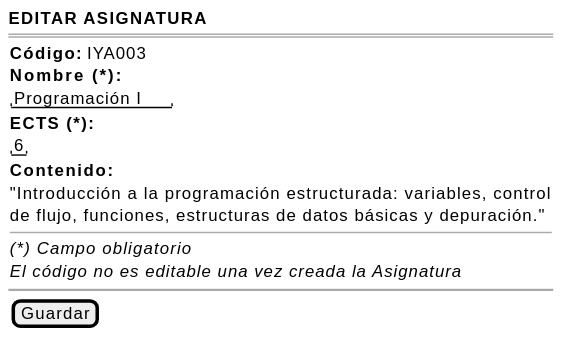
Before: images/RUP/01-requisitos/03-detalle-casos-uso/editarAsignatura/wireframe.svg, a diagram exported from PlantUML (mmasias/pyCeldaPublico).
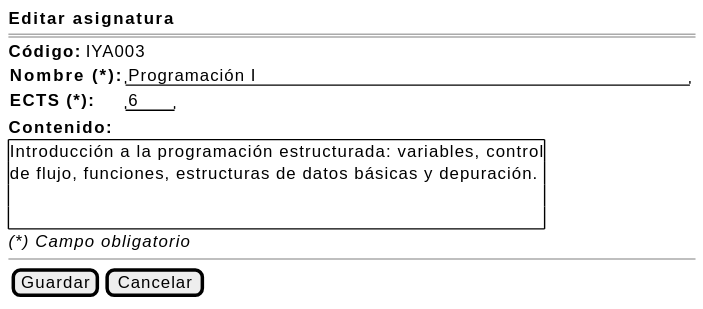
Later version of the same file.

The edit, as a diff of the source:
```diff
@@ -1,21 +1,21 @@
 @startsalt editarAsignatura-wireframe
 {
-    <b>EDITAR ASIGNATURA</b>
+    <b>Editar asignatura</b>
     ====
+    <b>Código:</b> IYA003
     {
-        <b>Código:</b> IYA003
-        <b>Nombre (*):</b>
-        "Programación I"
-        <b>ECTS (*):</b>
-        "6"
-        <b>Contenido:</b>
-        "Introducción a la programación estructurada: variables, control
-        de flujo, funciones, estructuras de datos básicas y depuración."
-        --
-        <i>(*) Campo obligatorio</i>
-        <i>El código no es editable una vez creada la Asignatura</i>
+        <b>Nombre (*):</b> | "Programación I                                    "
+        <b>ECTS (*):</b> | "6   "
     }
-    ~~
-    {[Guardar]}
+    <b>Contenido:</b>
+    {+
+        Introducción a la programación estructurada: variables, control
+        de flujo, funciones, estructuras de datos básicas y depuración.
+        .
+        .
+    }
+    <i>(*) Campo obligatorio</i>
+    --
+    {[Guardar] | [Cancelar]}
 }
 @endsalt
```
